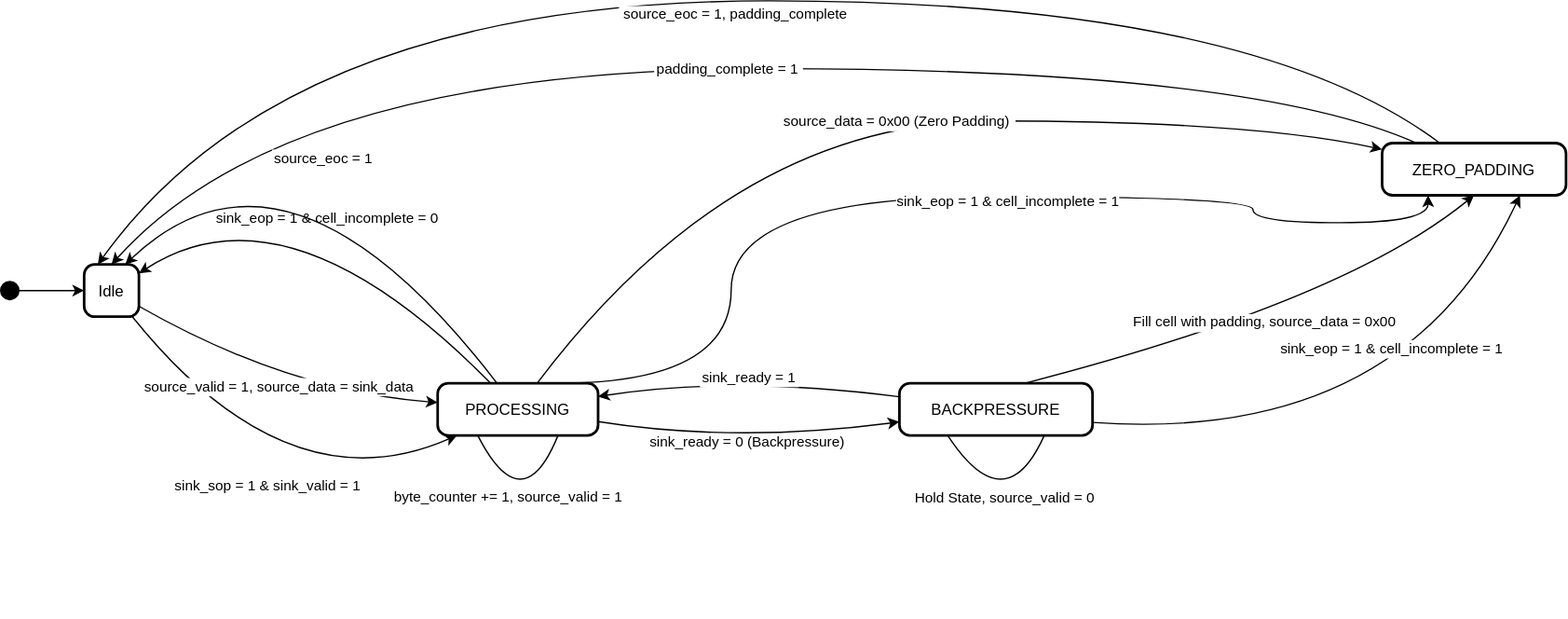
This is FSM/FSM.svg from vcrncalo/Arhitekture-paketskih-cvorista, a draw.io export, as it was before one commit. Source tidied: cells renumbered, new cells last; positions are measured from the earlier drawing's top-left corner, leaving out a move shared by most shapes.
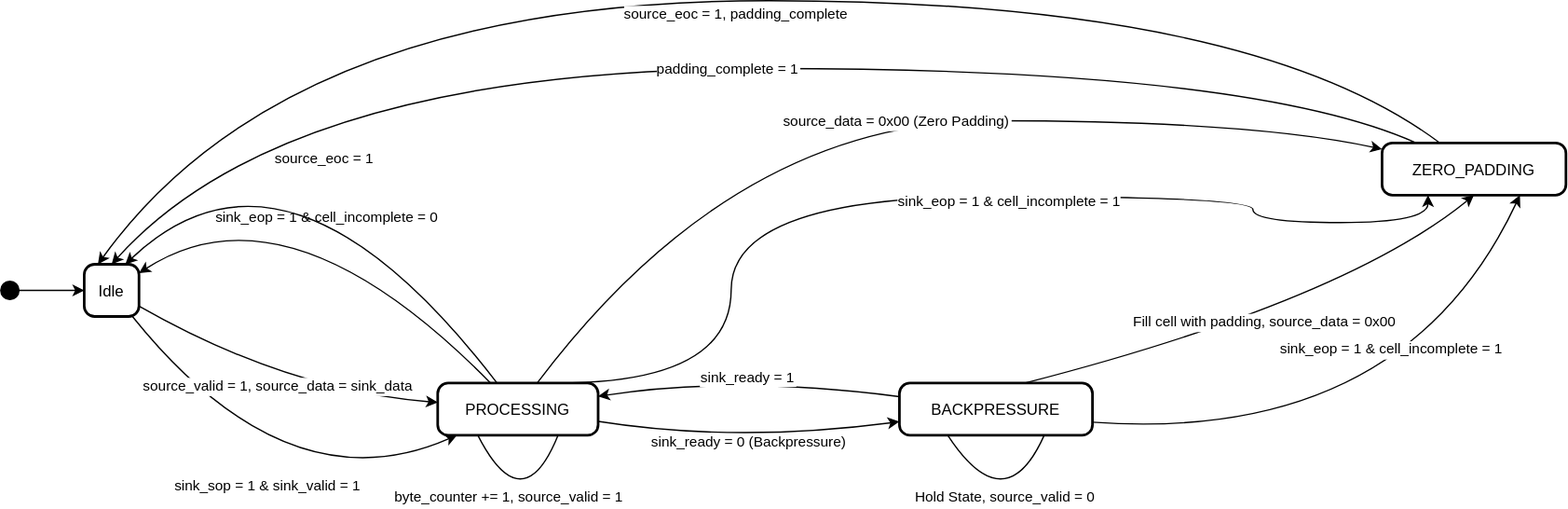
Later version of the same file.

Commit message:
Izmijenjena slika FSM-a.

The edit, as a diff of the source:
```diff
@@ -33,15 +33,6 @@
     <mxCell id="8" value="ZERO_PADDING" style="rounded=1;arcSize=20;strokeWidth=2;" parent="1" vertex="1">
       <mxGeometry x="1059" y="109" width="141" height="40" as="geometry" />
     </mxCell>
-    <mxCell id="9" style="whiteSpace=wrap;strokeWidth=2;" parent="1" vertex="1">
-      <mxGeometry x="1129" y="472" as="geometry" />
-    </mxCell>
-    <mxCell id="10" style="whiteSpace=wrap;strokeWidth=2;" parent="1" vertex="1">
-      <mxGeometry x="763" y="427" as="geometry" />
-    </mxCell>
-    <mxCell id="11" style="whiteSpace=wrap;strokeWidth=2;" parent="1" vertex="1">
-      <mxGeometry x="1129" y="407" as="geometry" />
-    </mxCell>
     <mxCell id="12" style="curved=1;startArrow=none;exitX=1;exitY=0.51;entryX=0;entryY=0.5;rounded=0;" parent="1" edge="1" source="2" target="3">
       <mxGeometry relative="1" as="geometry" />
     </mxCell>
```
